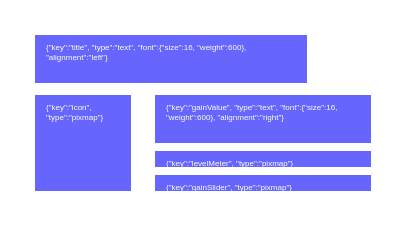
Above: page "customLayout" (1 of 2) of layouts.drawio in hrko/streamdeck-voicemeeter (draw.io), before the change. Source tidied: cells renumbered, new cells numbered last; positions are measured from the earlier drawing's top-left corner, leaving out a move shared by most shapes. Both pictures are drawn from the tidied source at 200%, with x=0, y=0 at pixel (34, 34).
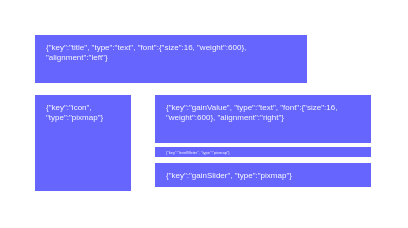
The same page after the edit.

What changed in the source:
```diff
@@
 <mxGraphModel>
   <root>
     <mxCell id="0" />
     <mxCell id="1" parent="0" />
     <mxCell id="2" value="{&quot;key&quot;:&quot;icon&quot;, &quot;type&quot;:&quot;pixmap&quot;}" style="rounded=0;whiteSpace=wrap;html=1;fontSize=4;fontColor=#FFFFFF;fillColor=#6666FF;strokeColor=none;verticalAlign=top;align=left;spacing=0;spacingLeft=6;" parent="1" vertex="1">
       <mxGeometry y="30" width="48" height="48" as="geometry" />
     </mxCell>
     <mxCell id="3" value="{&quot;key&quot;:&quot;gainValue&quot;, &quot;type&quot;:&quot;text&quot;, &quot;font&quot;:{&quot;size&quot;:16, &quot;weight&quot;:600}, &quot;alignment&quot;:&quot;right&quot;}" style="rounded=0;whiteSpace=wrap;html=1;fontSize=4;fontColor=#FFFFFF;fillColor=#6666FF;strokeColor=none;verticalAlign=top;align=left;spacing=0;spacingLeft=6;" parent="1" vertex="1">
       <mxGeometry x="60" y="30" width="108" height="24" as="geometry" />
     </mxCell>
-    <mxCell id="4" value="{&quot;key&quot;:&quot;levelMeter&quot;, &quot;type&quot;:&quot;pixmap&quot;}" style="rounded=0;whiteSpace=wrap;html=1;fontSize=4;fontColor=#FFFFFF;fillColor=#6666FF;strokeColor=none;verticalAlign=top;align=left;spacing=0;spacingLeft=6;" parent="1" vertex="1">
-      <mxGeometry x="60" y="58" width="108" height="8" as="geometry" />
+    <mxCell id="4" value="{&quot;key&quot;:&quot;levelMeter&quot;, &quot;type&quot;:&quot;pixmap&quot;}" style="rounded=0;whiteSpace=wrap;html=1;fontSize=2;fontColor=#FFFFFF;fillColor=#6666FF;strokeColor=none;verticalAlign=middle;align=left;spacing=0;spacingLeft=6;" parent="1" vertex="1">
+      <mxGeometry x="60" y="56" width="108" height="5" as="geometry" />
     </mxCell>
     <mxCell id="5" value="{&quot;key&quot;:&quot;gainSlider&quot;, &quot;type&quot;:&quot;pixmap&quot;}" style="rounded=0;whiteSpace=wrap;html=1;fontSize=4;fontColor=#FFFFFF;fillColor=#6666FF;strokeColor=none;verticalAlign=top;align=left;spacing=0;spacingLeft=6;" parent="1" vertex="1">
-      <mxGeometry x="60" y="70" width="108" height="8" as="geometry" />
+      <mxGeometry x="60" y="64" width="108" height="12" as="geometry" />
     </mxCell>
     <mxCell id="6" value="{&quot;key&quot;:&quot;title&quot;, &quot;type&quot;:&quot;text&quot;, &quot;font&quot;:{&quot;size&quot;:16, &quot;weight&quot;:600}, &quot;alignment&quot;:&quot;left&quot;}" style="rounded=0;whiteSpace=wrap;html=1;fontSize=4;fontColor=#FFFFFF;fillColor=#6666FF;strokeColor=none;verticalAlign=top;align=left;spacing=0;spacingLeft=6;" parent="1" vertex="1">
       <mxGeometry width="136" height="24" as="geometry" />
     </mxCell>
   </root>
 </mxGraphModel>
```
